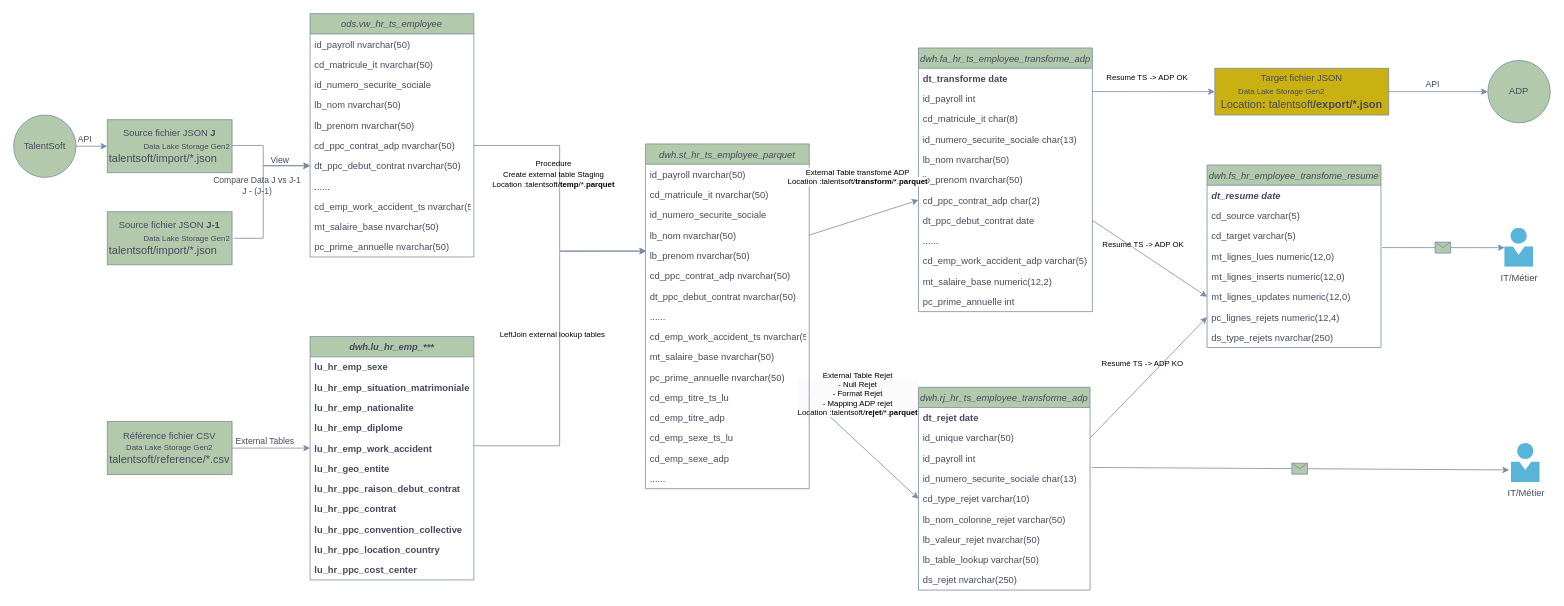
Above: page "TS->ADP" (1 of 6) of Conception Interface SIRH.drawio in YLIUSBI/Motul-Interface-SIRH (draw.io), before the change. Source tidied: cells renumbered, new cells numbered last; positions are measured from the earlier drawing's top-left corner, leaving out a move shared by most shapes. Both pictures are drawn from the tidied source at 78%, with x=0, y=0 at pixel (13, 13).
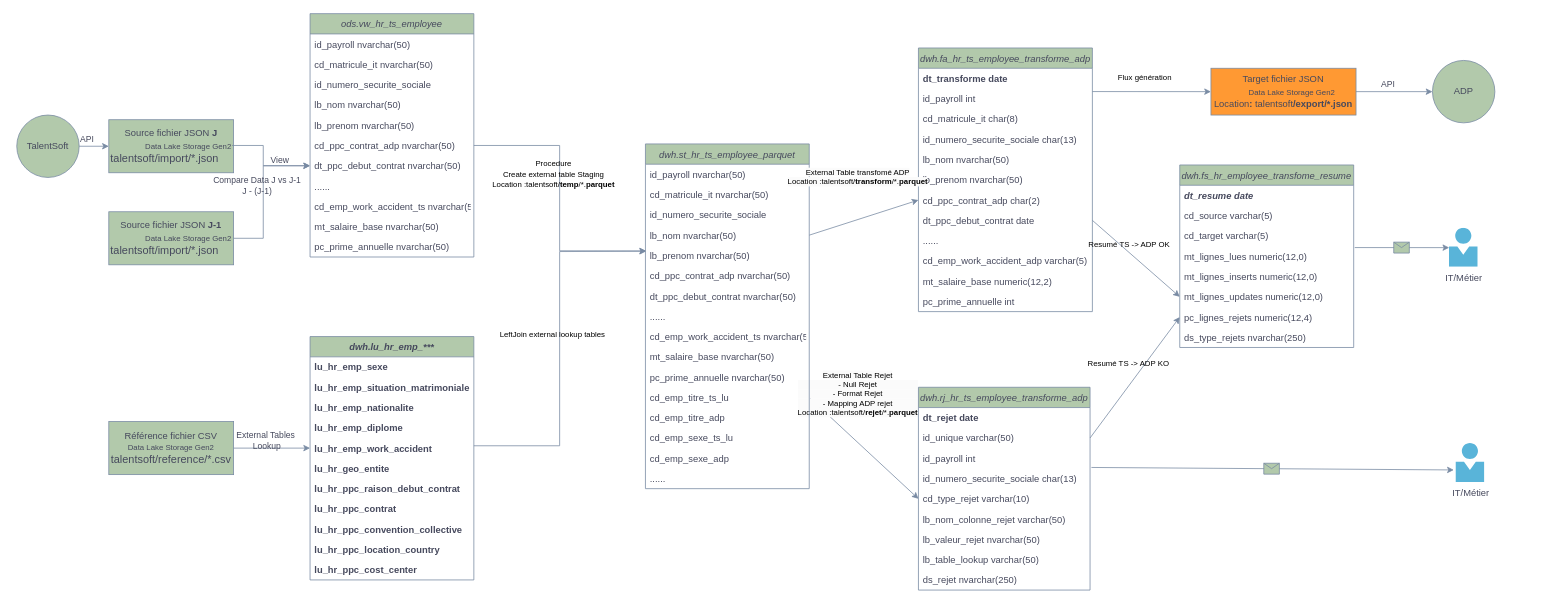
After the change.

Commit message:
Mettre à jour Conception Interface SIRH.drawio

Unchanged cells that the change refers to:
```xml
<mxCell id="48" style="endArrow=classic;html=1;rounded=0;labelBackgroundColor=none;strokeColor=#788AA3;fontColor=default;exitX=1;exitY=0.5;exitDx=0;exitDy=0;entryX=0;entryY=0.5;entryDx=0;entryDy=0;" parent="1" edge="1" source="50" target="56">
  <mxGeometry relative="1" as="geometry" />
</mxCell>
<mxCell id="109" style="endArrow=classic;html=1;rounded=0;exitX=1;exitY=0.15;exitDx=0;exitDy=0;labelBackgroundColor=none;strokeColor=#788AA3;fontColor=default;entryX=0;entryY=0.5;entryDx=0;entryDy=0;exitPerimeter=0;" parent="1" edge="1" source="29" target="97">
  <mxGeometry relative="1" as="geometry" />
</mxCell>
```

What changed in the source:
```diff
@@
     <mxCell id="2" value="TalentSoft" style="ellipse;whiteSpace=wrap;html=1;labelBackgroundColor=none;fillColor=#B2C9AB;strokeColor=#788AA3;fontColor=#46495D;" parent="1" vertex="1">
-      <mxGeometry y="130" width="80" height="80" as="geometry" />
+      <mxGeometry x="4" y="130" width="80" height="80" as="geometry" />
     </mxCell>
@@
     <mxCell id="5" value="Source fichier JSON &lt;b&gt;J&lt;/b&gt;&lt;div&gt;&lt;p style=&quot;margin-top: 0pt; margin-bottom: 0pt; margin-left: 0in; text-align: left; font-size: 10px;&quot;&gt;&lt;span style=&quot;font-family: Calibri; vertical-align: baseline;&quot;&gt;&lt;span style=&quot;white-space: pre;&quot;&gt;&#9;&lt;span style=&quot;white-space: pre;&quot;&gt;&#9;&lt;/span&gt;&lt;/span&gt;Data Lake Storage Gen2&lt;/span&gt;&lt;span style=&quot;font-size: 11pt; font-family: Calibri; color: white;&quot;&gt;&lt;/span&gt;&lt;/p&gt;&lt;p style=&quot;margin-top: 0pt; margin-bottom: 0pt; margin-left: 0in; text-align: left;&quot;&gt;&lt;span style=&quot;font-family: Calibri; vertical-align: baseline;&quot;&gt;&lt;font style=&quot;font-size: 14px;&quot;&gt;talentsoft/import/*.json&lt;/font&gt;&lt;/span&gt;&lt;/p&gt;&lt;/div&gt;" style="rounded=0;whiteSpace=wrap;html=1;labelBackgroundColor=none;fillColor=#B2C9AB;strokeColor=#788AA3;fontColor=#46495D;" parent="1" vertex="1">
-      <mxGeometry x="120" y="136" width="160" height="68" as="geometry" />
+      <mxGeometry x="122" y="136" width="160" height="68" as="geometry" />
     </mxCell>
@@
     <mxCell id="8" value="ADP" style="ellipse;whiteSpace=wrap;html=1;labelBackgroundColor=none;fillColor=#B2C9AB;strokeColor=#788AA3;fontColor=#46495D;" parent="1" vertex="1">
-      <mxGeometry x="1890" y="60" width="80" height="80" as="geometry" />
+      <mxGeometry x="1819" y="60" width="80" height="80" as="geometry" />
     </mxCell>
@@
     <mxCell id="11" value="IT/Métier" style="image;html=1;points=[];align=center;fontSize=12;image=img/lib/mscae/Person.svg;labelBackgroundColor=none;fillColor=#B2C9AB;strokeColor=#788AA3;fontColor=#46495D;imageBackground=default;" parent="1" vertex="1">
-      <mxGeometry x="1920" y="551" width="37" height="50" as="geometry" />
+      <mxGeometry x="1849" y="551" width="37" height="50" as="geometry" />
     </mxCell>
@@
     <mxCell id="14" value="IT/Métier" style="image;html=1;points=[];align=center;fontSize=12;image=img/lib/mscae/Person.svg;labelBackgroundColor=none;fillColor=#B2C9AB;strokeColor=#788AA3;fontColor=#46495D;" parent="1" vertex="1">
-      <mxGeometry x="1911.5" y="275" width="37" height="50" as="geometry" />
+      <mxGeometry x="1840.5" y="275" width="37" height="50" as="geometry" />
     </mxCell>
@@
-    <mxCell id="49" value="External Tables" style="edgeLabel;html=1;align=center;verticalAlign=middle;labelBackgroundColor=none;fontColor=#46495D;" parent="48" vertex="1">
+    <mxCell id="49" value="External Tables&lt;div&gt;&amp;nbsp;Lookup&lt;/div&gt;" style="edgeLabel;html=1;align=center;verticalAlign=middle;labelBackgroundColor=none;fontColor=#46495D;" parent="48" vertex="1">
       <mxGeometry relative="1" as="geometry">
         <mxPoint x="-9" y="-10" as="offset" />
       </mxGeometry>
     </mxCell>
     <mxCell id="50" value="Référence fichier CSV&lt;div&gt;&lt;span style=&quot;font-family: Calibri; font-size: 10px; text-align: left;&quot;&gt;Data Lake Storage Gen2&lt;/span&gt;&lt;br&gt;&lt;div&gt;&lt;p style=&quot;margin-top: 0pt; margin-bottom: 0pt; margin-left: 0in; text-align: left;&quot;&gt;&lt;span style=&quot;font-family: Calibri; vertical-align: baseline;&quot;&gt;&lt;font style=&quot;font-size: 14px;&quot;&gt;talentsoft/reference/*.csv&lt;/font&gt;&lt;/span&gt;&lt;/p&gt;&lt;/div&gt;&lt;/div&gt;" style="rounded=0;whiteSpace=wrap;html=1;labelBackgroundColor=none;fillColor=#B2C9AB;strokeColor=#788AA3;fontColor=#46495D;" parent="1" vertex="1">
-      <mxGeometry x="120" y="523" width="160" height="68" as="geometry" />
+      <mxGeometry x="122" y="523" width="160" height="68" as="geometry" />
     </mxCell>
@@
     <mxCell id="94" value="Source fichier JSON &lt;b&gt;J-1&lt;/b&gt;&lt;div&gt;&lt;p style=&quot;margin-top: 0pt; margin-bottom: 0pt; margin-left: 0in; text-align: left; font-size: 10px;&quot;&gt;&lt;span style=&quot;font-family: Calibri; vertical-align: baseline;&quot;&gt;&lt;span style=&quot;white-space: pre;&quot;&gt;&#9;&lt;span style=&quot;white-space: pre;&quot;&gt;&#9;&lt;/span&gt;&lt;/span&gt;Data Lake Storage Gen2&lt;/span&gt;&lt;span style=&quot;font-size: 11pt; font-family: Calibri; color: white;&quot;&gt;&lt;/span&gt;&lt;/p&gt;&lt;p style=&quot;margin-top: 0pt; margin-bottom: 0pt; margin-left: 0in; text-align: left;&quot;&gt;&lt;span style=&quot;font-family: Calibri; vertical-align: baseline;&quot;&gt;&lt;font style=&quot;font-size: 14px;&quot;&gt;talentsoft/import/*.json&lt;/font&gt;&lt;/span&gt;&lt;/p&gt;&lt;/div&gt;" style="rounded=0;whiteSpace=wrap;html=1;labelBackgroundColor=none;fillColor=#B2C9AB;strokeColor=#788AA3;fontColor=#46495D;" parent="1" vertex="1">
-      <mxGeometry x="120" y="254" width="160" height="68" as="geometry" />
+      <mxGeometry x="122" y="254" width="160" height="68" as="geometry" />
     </mxCell>
@@
-    <mxCell id="97" value="Target fichier JSON&lt;div&gt;&lt;p style=&quot;margin-top: 0pt; margin-bottom: 0pt; margin-left: 0in; text-align: left; font-size: 10px;&quot;&gt;&lt;span style=&quot;font-family: Calibri; vertical-align: baseline;&quot;&gt;&lt;span style=&quot;white-space: pre;&quot;&gt;&#9;&lt;/span&gt;Data Lake Storage Gen2&lt;/span&gt;&lt;span style=&quot;font-size:11.0pt;font-family:Calibri;&lt;br/&gt;mso-ascii-font-family:Calibri;mso-fareast-font-family:Calibri;mso-bidi-font-family:&lt;br/&gt;Calibri;mso-ascii-theme-font:minor-latin;mso-fareast-theme-font:minor-fareast;&lt;br/&gt;mso-bidi-theme-font:minor-bidi;color:white;mso-color-index:14;language:fr;&lt;br/&gt;mso-style-textfill-type:solid;mso-style-textfill-fill-themecolor:light1;&lt;br/&gt;mso-style-textfill-fill-color:white;mso-style-textfill-fill-alpha:100.0%&quot;&gt; &lt;/span&gt;&lt;/p&gt;&lt;p style=&quot;margin-top: 0pt; margin-bottom: 0pt; margin-left: 0in; text-align: left;&quot;&gt;&lt;span style=&quot;font-family: Calibri; vertical-align: baseline;&quot;&gt;&lt;font style=&quot;font-size: 14px;&quot;&gt;Location&lt;b&gt;: &lt;/b&gt;talentsoft&lt;b&gt;/export/*.json&lt;/b&gt;&lt;/font&gt;&lt;/span&gt;&lt;/p&gt;&lt;/div&gt;" style="rounded=0;whiteSpace=wrap;html=1;labelBackgroundColor=none;fillColor=#C9B112;strokeColor=#788AA3;fontColor=#46495D;" parent="1" vertex="1">
-      <mxGeometry x="1540" y="70" width="223" height="60" as="geometry" />
+    <mxCell id="97" value="Target fichier JSON&lt;div&gt;&lt;p style=&quot;margin-top: 0pt; margin-bottom: 0pt; margin-left: 0in; text-align: left; font-size: 10px;&quot;&gt;&lt;span style=&quot;font-family: Calibri; vertical-align: baseline;&quot;&gt;&lt;span style=&quot;white-space: pre;&quot;&gt;&#9;&lt;span style=&quot;white-space: pre;&quot;&gt;&#9;&lt;/span&gt;&lt;/span&gt;Data Lake Storage Gen2&lt;/span&gt;&lt;span style=&quot;font-size:11.0pt;font-family:Calibri;&lt;br/&gt;mso-ascii-font-family:Calibri;mso-fareast-font-family:Calibri;mso-bidi-font-family:&lt;br/&gt;Calibri;mso-ascii-theme-font:minor-latin;mso-fareast-theme-font:minor-fareast;&lt;br/&gt;mso-bidi-theme-font:minor-bidi;color:white;mso-color-index:14;language:fr;&lt;br/&gt;mso-style-textfill-type:solid;mso-style-textfill-fill-themecolor:light1;&lt;br/&gt;mso-style-textfill-fill-color:white;mso-style-textfill-fill-alpha:100.0%&quot;&gt; &lt;/span&gt;&lt;/p&gt;&lt;p style=&quot;margin-top: 0pt; margin-bottom: 0pt; margin-left: 0in; text-align: left;&quot;&gt;&lt;span style=&quot;font-family: Calibri; vertical-align: baseline;&quot;&gt;&lt;font style=&quot;font-size: 12px;&quot;&gt;Location&lt;b style=&quot;&quot;&gt;: &lt;/b&gt;talentsoft&lt;b style=&quot;&quot;&gt;/export/*.json&lt;/b&gt;&lt;/font&gt;&lt;/span&gt;&lt;/p&gt;&lt;/div&gt;" style="rounded=0;whiteSpace=wrap;html=1;labelBackgroundColor=none;fillColor=#FF9933;strokeColor=#788AA3;fontColor=#46495D;" parent="1" vertex="1">
+      <mxGeometry x="1535" y="70" width="186" height="60" as="geometry" />
     </mxCell>
     <mxCell id="98" value="dwh.fs_hr_employee_transfome_resume" style="swimlane;fontStyle=2;align=center;verticalAlign=top;horizontal=1;startSize=26;rounded=0;shadow=0;strokeWidth=1;labelBackgroundColor=none;fillColor=#B2C9AB;strokeColor=#788AA3;fontColor=#46495D;" parent="1" vertex="1">
-      <mxGeometry x="1530" y="194" width="223" height="234" as="geometry" />
+      <mxGeometry x="1495" y="194" width="223" height="234" as="geometry" />
     </mxCell>
@@
-    <mxCell id="110" value="&lt;font color=&quot;#000000&quot;&gt;&lt;span style=&quot;font-size: 10px;&quot;&gt;Resumé TS -&amp;gt; ADP OK&lt;/span&gt;&lt;/font&gt;" style="edgeLabel;html=1;align=center;verticalAlign=bottom;labelBackgroundColor=none;fontColor=#46495D;" parent="109" vertex="1">
+    <mxCell id="110" value="&lt;font color=&quot;#000000&quot;&gt;&lt;span style=&quot;font-size: 10px;&quot;&gt;Flux génération&lt;/span&gt;&lt;/font&gt;" style="edgeLabel;html=1;align=center;verticalAlign=bottom;labelBackgroundColor=none;fontColor=#46495D;" parent="109" vertex="1">
       <mxGeometry relative="1" as="geometry">
         <mxPoint x="-9" y="-10" as="offset" />
       </mxGeometry>
     </mxCell>
```
